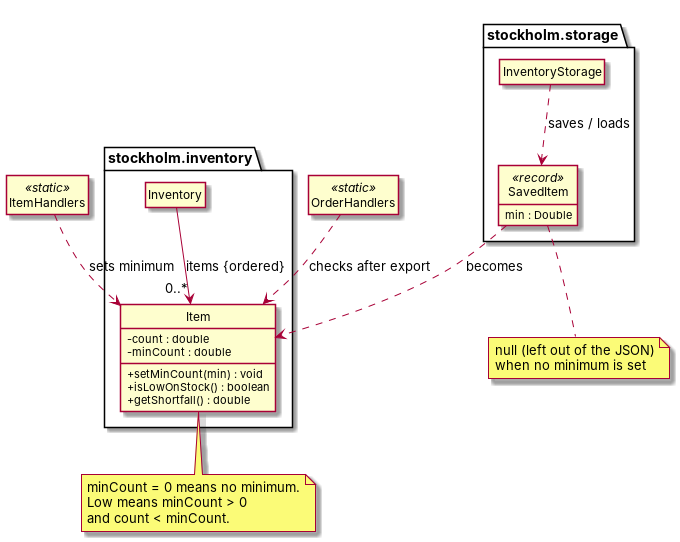
Before: docs/images/LowStockClassDiagram.png, a diagram exported from PlantUML (AY2627S1-CS2113-W14-4/tp). Its source is kept beside it as docs/diagrams/LowStockClassDiagram.puml.
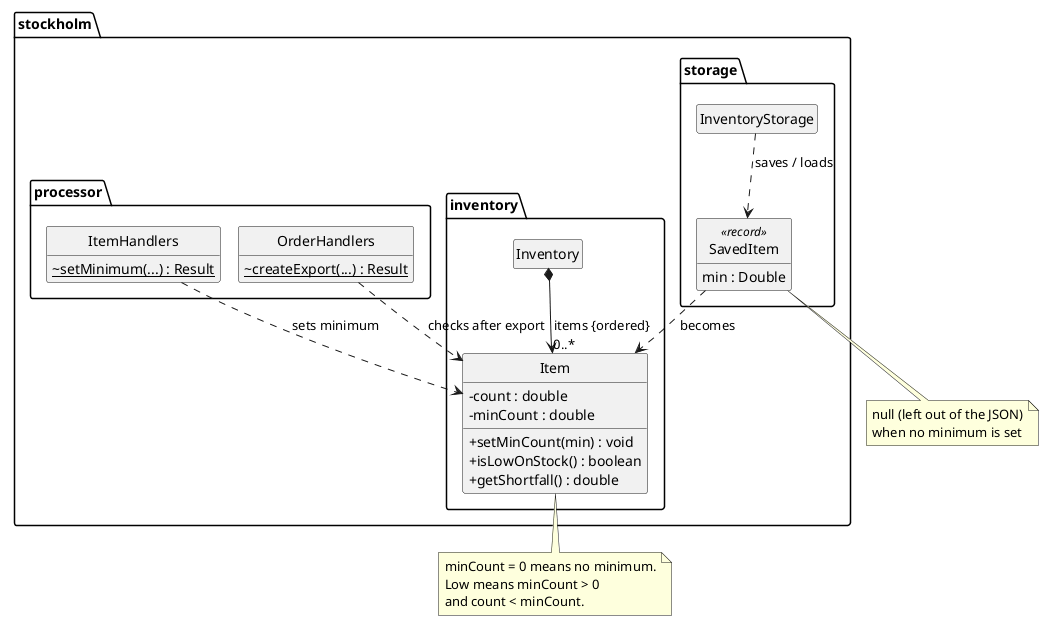
Above is the later version.

Commit message:
Show handler methods and item composition in low stock diagram

What changed in the source:
```diff
@@ -22,10 +22,16 @@
     }
 }
 
-class ItemHandlers <<static>>
-class OrderHandlers <<static>>
+package "stockholm.processor" {
+    class ItemHandlers {
+        ~ {static} setMinimum(...) : Result
+    }
+    class OrderHandlers {
+        ~ {static} createExport(...) : Result
+    }
+}
 
-Inventory --> "0..*" Item : items {ordered}
+Inventory *--> "0..*" Item : items {ordered}
 ItemHandlers ..> Item : sets minimum
 OrderHandlers ..> Item : checks after export
 InventoryStorage ..> SavedItem : saves / loads
```
